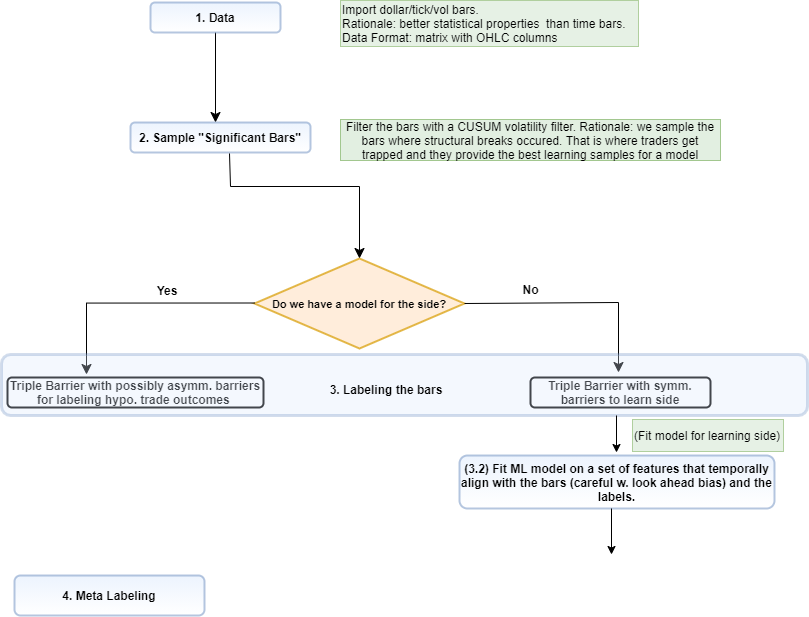
This is Graphics/overview.png from aarzt21/MasterThesisETHZ, a draw.io export, as it was before one commit. Source tidied: cells renumbered, new cells last; positions are measured from the earlier drawing's top-left corner, leaving out a move shared by most shapes.
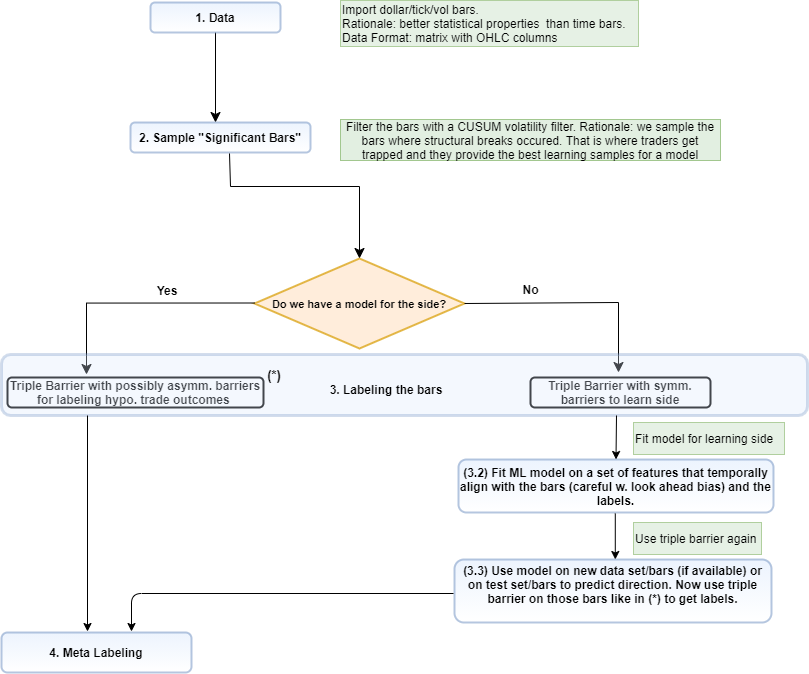
The same diagram one commit later.

The edit, as a diff of the source:
```diff
@@ -71,25 +71,48 @@
       <mxGeometry x="318" y="379" width="134" height="20" as="geometry" />
     </mxCell>
     <mxCell id="18" value="&lt;b&gt;4. Meta Labeling&lt;/b&gt;" style="rounded=1;whiteSpace=wrap;html=1;fontSize=12;glass=0;strokeWidth=2;shadow=0;fillColor=#dae8fc;strokeColor=#6c8ebf;gradientColor=#ffffff;opacity=50;" parent="1" vertex="1">
-      <mxGeometry x="13" y="575" width="190" height="40" as="geometry" />
+      <mxGeometry y="632" width="190" height="40" as="geometry" />
     </mxCell>
-    <mxCell id="19" style="endArrow=classic;html=1;strokeColor=#000000;strokeWidth=1;" parent="1" edge="1">
+    <mxCell id="19" style="endArrow=classic;html=1;strokeColor=#000000;strokeWidth=1;entryX=0.5;entryY=0;entryDx=0;entryDy=0;" parent="1" edge="1" target="20">
       <mxGeometry relative="1" as="geometry">
         <mxPoint x="615" y="415" as="sourcePoint" />
-        <mxPoint x="615" y="452" as="targetPoint" />
       </mxGeometry>
     </mxCell>
     <mxCell id="20" value="&lt;b&gt;(3.2) Fit ML model on a set of features that temporally align with the bars (careful w. look ahead bias) and the labels.&lt;/b&gt;" style="rounded=1;whiteSpace=wrap;html=1;strokeWidth=2;fillColor=#dae8fc;strokeColor=#6c8ebf;gradientColor=#ffffff;opacity=50;" parent="1" vertex="1">
-      <mxGeometry x="458" y="455" width="315" height="53" as="geometry" />
+      <mxGeometry x="457" y="459" width="315" height="53" as="geometry" />
     </mxCell>
-    <mxCell id="21" value="(Fit model for learning side)" style="text;html=1;strokeColor=#82b366;fillColor=#d5e8d4;align=left;verticalAlign=middle;whiteSpace=wrap;rounded=0;opacity=60;" parent="1" vertex="1">
-      <mxGeometry x="631" y="419" width="151" height="32" as="geometry" />
+    <mxCell id="21" value="Fit model for learning side" style="text;html=1;strokeColor=#82b366;fillColor=#d5e8d4;align=left;verticalAlign=middle;whiteSpace=wrap;rounded=0;opacity=60;" parent="1" vertex="1">
+      <mxGeometry x="632" y="422" width="151" height="32" as="geometry" />
     </mxCell>
     <mxCell id="22" style="endArrow=classic;html=1;strokeColor=#000000;strokeWidth=1;" parent="1" edge="1">
       <mxGeometry relative="1" as="geometry">
-        <mxPoint x="610" y="508" as="sourcePoint" />
-        <mxPoint x="610" y="554" as="targetPoint" />
+        <mxPoint x="613.8" y="513" as="sourcePoint" />
+        <mxPoint x="613.8" y="559" as="targetPoint" />
       </mxGeometry>
     </mxCell>
+    <mxCell id="23" value="&lt;b&gt;(3.3) Use model on new data set/bars (if available) or on test set/bars to predict direction. Now use triple barrier on those bars like in (*) to get labels.&lt;br&gt;&lt;br&gt;&lt;/b&gt;" style="rounded=1;whiteSpace=wrap;html=1;strokeWidth=2;fillColor=#dae8fc;strokeColor=#6c8ebf;gradientColor=#ffffff;opacity=50;" parent="1" vertex="1">
+      <mxGeometry x="453" y="559" width="317" height="63" as="geometry" />
+    </mxCell>
+    <mxCell id="24" value="&lt;b&gt;&lt;font style=&quot;font-size: 13px&quot;&gt;(*)&lt;/font&gt;&lt;/b&gt;" style="text;html=1;strokeColor=none;fillColor=none;align=center;verticalAlign=middle;whiteSpace=wrap;rounded=0;opacity=50;" parent="1" vertex="1">
+      <mxGeometry x="253" y="365" width="40" height="20" as="geometry" />
+    </mxCell>
+    <mxCell id="25" value="Use triple barrier again" style="text;html=1;strokeColor=#82b366;fillColor=#d5e8d4;align=left;verticalAlign=middle;whiteSpace=wrap;rounded=0;opacity=60;" parent="1" vertex="1">
+      <mxGeometry x="632" y="522" width="128" height="32" as="geometry" />
+    </mxCell>
+    <mxCell id="26" style="endArrow=classic;html=1;strokeColor=#000000;strokeWidth=1;" parent="1" edge="1">
+      <mxGeometry relative="1" as="geometry">
+        <mxPoint x="86" y="415" as="sourcePoint" />
+        <mxPoint x="86" y="631" as="targetPoint" />
+      </mxGeometry>
+    </mxCell>
+    <mxCell id="27" style="endArrow=classic;html=1;strokeColor=#000000;strokeWidth=1;" parent="1" edge="1">
+      <mxGeometry relative="1" as="geometry">
+        <mxPoint x="452" y="593" as="sourcePoint" />
+        <mxPoint x="130" y="631" as="targetPoint" />
+        <Array as="points">
+          <mxPoint x="130" y="593" />
+        </Array>
+      </mxGeometry>
+    </mxCell>
   </root>
 </mxGraphModel>
```
